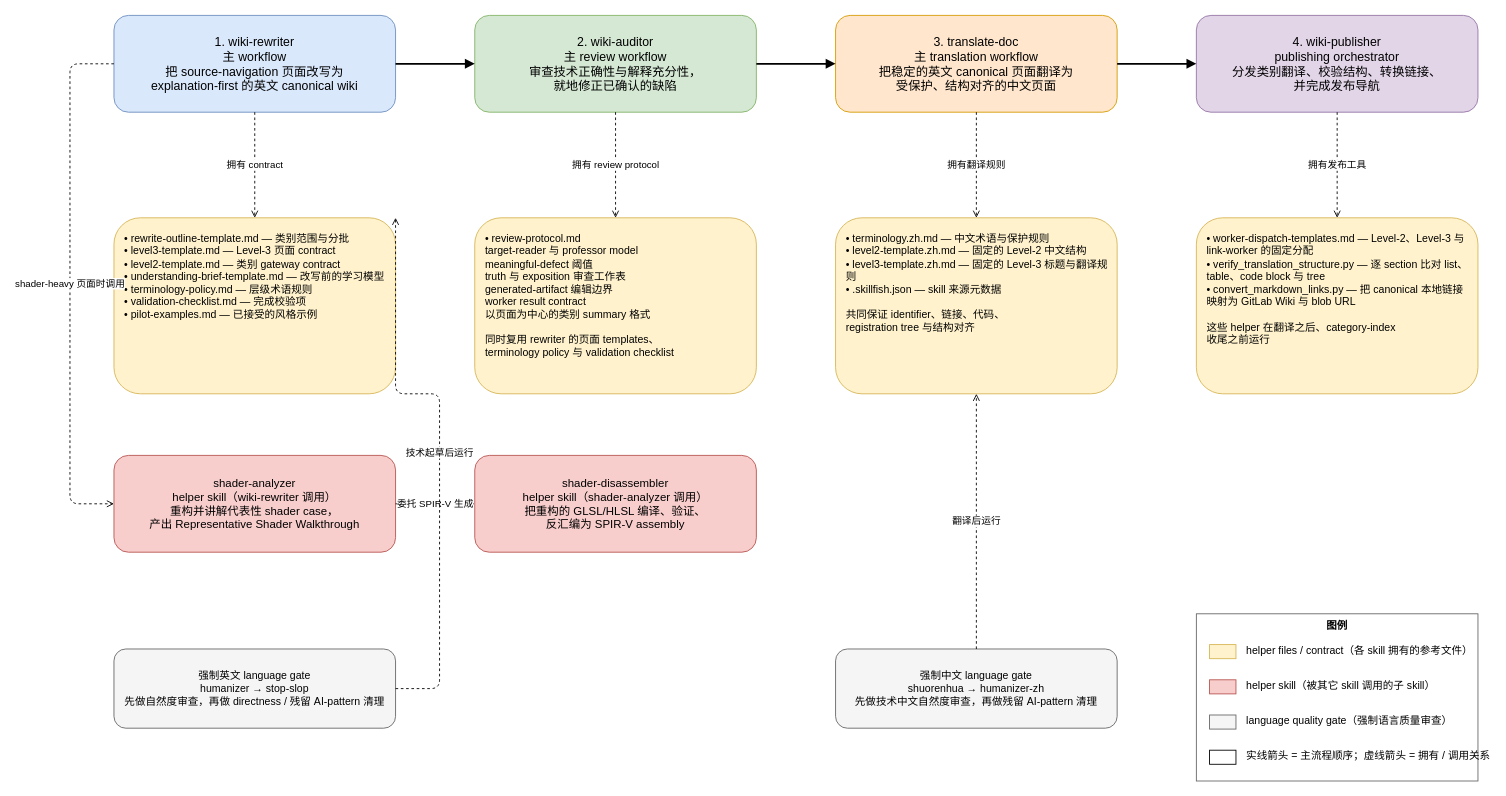
Above: diagrams/ref-mindmap.drawio in Thomaswang0822/VulkanCTS-Wiki (draw.io), before the change. Source tidied: cells renumbered, new cells numbered last; positions are measured from the earlier drawing's top-left corner, leaving out a move shared by most shapes. Both pictures are drawn from the tidied source at 88%, with x=0, y=0 at pixel (70, 15).
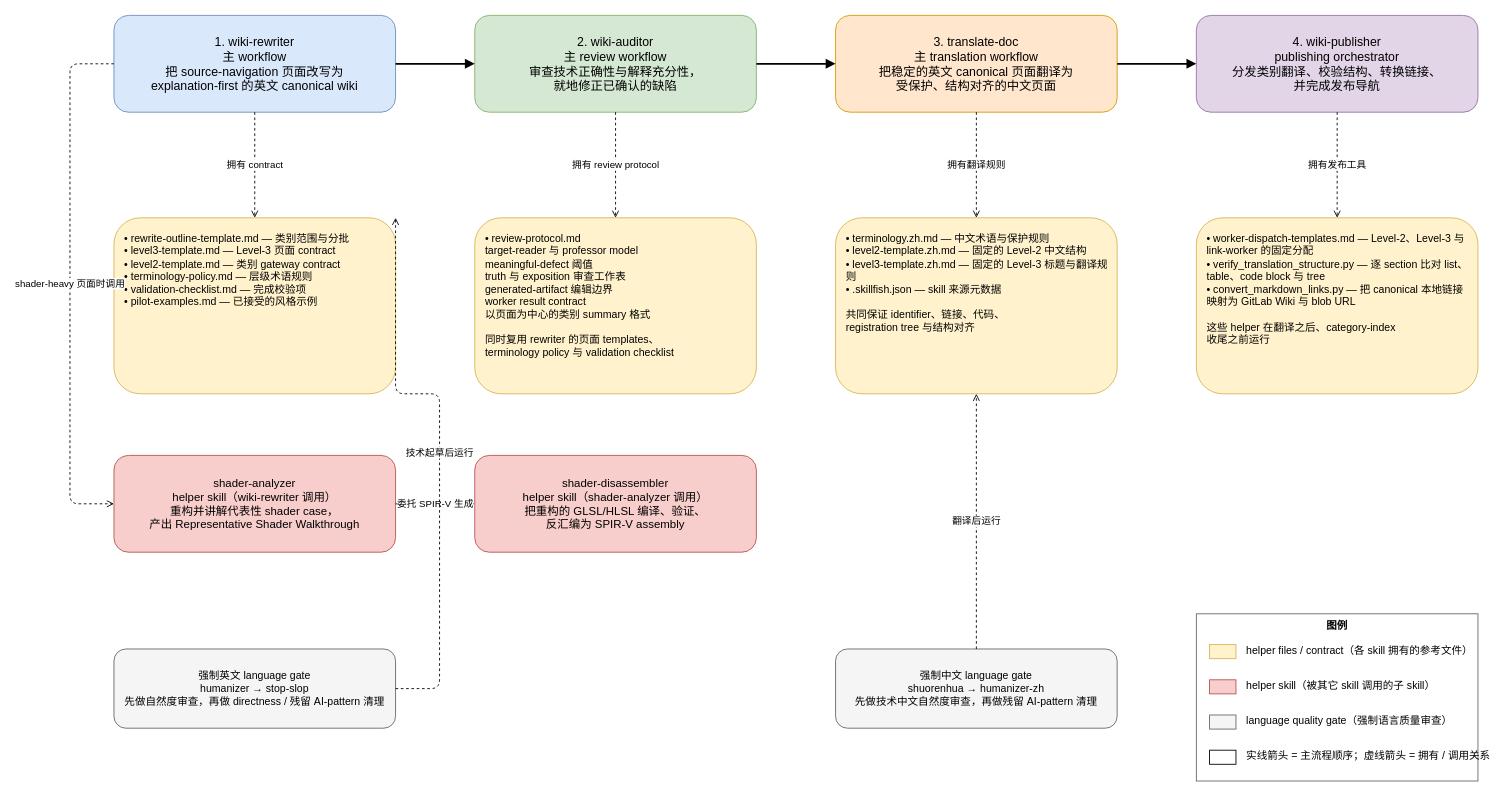
After the change.

Change to the diagram source:
```diff
@@
-    <mxCell id="6" value="• rewrite-outline-template.md — 类别范围与分批&#10;• level3-template.md — Level-3 页面 contract&#10;• level2-template.md — 类别 gateway contract&#10;• understanding-brief-template.md — 改写前的学习模型&#10;• terminology-policy.md — 层级术语规则&#10;• validation-checklist.md — 完成校验项&#10;• pilot-examples.md — 已接受的风格示例" style="rounded=1;whiteSpace=wrap;html=1;align=left;verticalAlign=top;fillColor=#fff2cc;strokeColor=#d6b656;fontSize=12;spacing=12;" parent="1" vertex="1">
+    <mxCell id="6" value="• rewrite-outline-template.md — 类别范围与分批&#10;• level3-template.md — Level-3 页面 contract&#10;• level2-template.md — 类别 gateway contract&#10;• terminology-policy.md — 层级术语规则&#10;• validation-checklist.md — 完成校验项&#10;• pilot-examples.md — 已接受的风格示例" style="rounded=1;whiteSpace=wrap;html=1;align=left;verticalAlign=top;fillColor=#fff2cc;strokeColor=#d6b656;fontSize=12;spacing=12;" parent="1" vertex="1">
       <mxGeometry x="50" y="230" width="320" height="200" as="geometry" />
     </mxCell>
```
